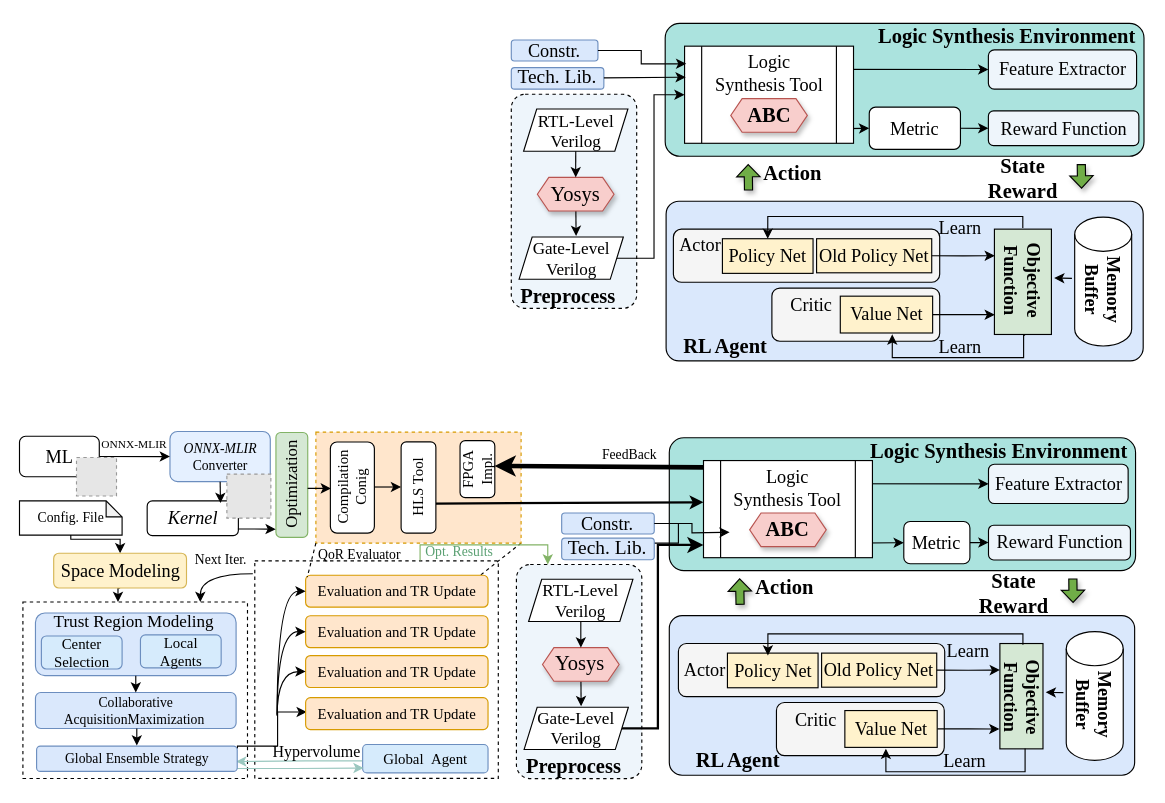
Earlier version of the draw.io diagram RL_framework.drawio (kxzhu0505/Delay-Padding-For-Multi-corner). Source tidied: cells renumbered, new cells numbered last; positions are measured from the earlier drawing's top-left corner, leaving out a move shared by most shapes. Both pictures are drawn from the tidied source at 114%, with x=0, y=0 at pixel (19, 19). Pictures stored in the file or linked from it are replaced by grey dashed boxes.
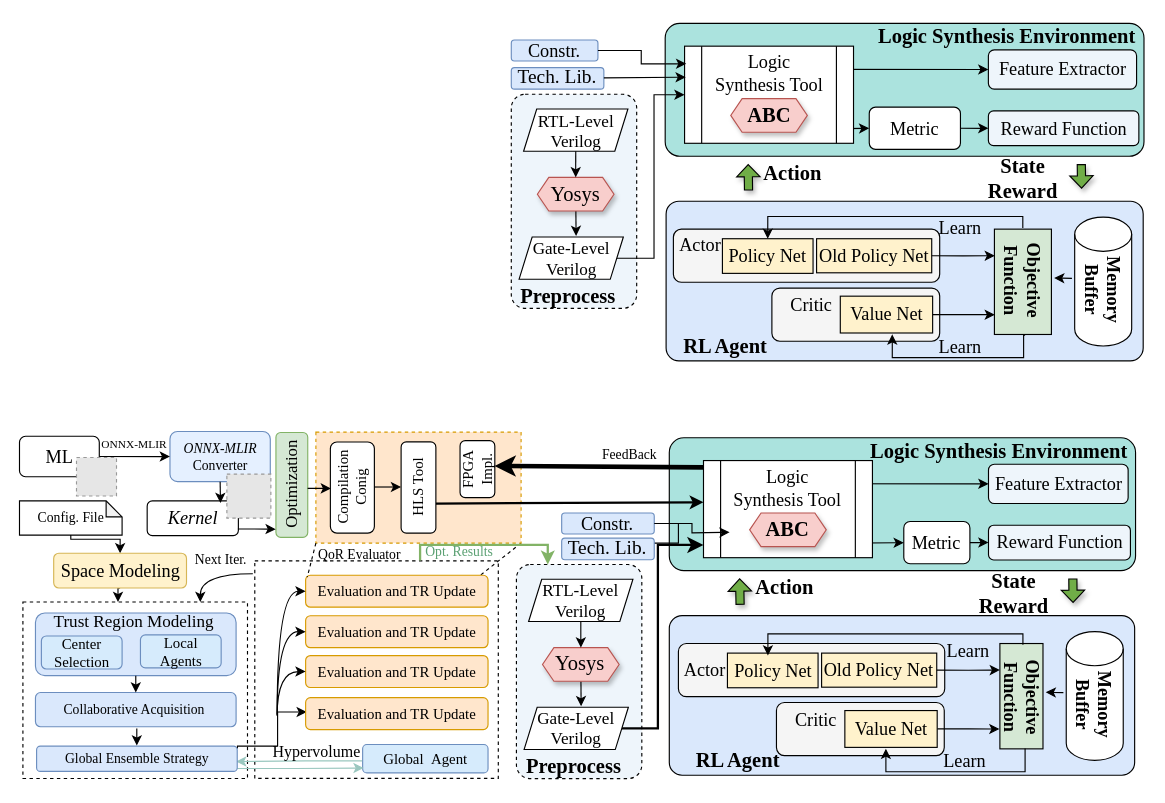
After the change.

Unchanged cells that the change refers to:
```xml
<mxCell id="2" style="rounded=1;whiteSpace=wrap;html=1;dashed=1;arcSize=11;fillColor=light-dark(#eef5fb, #ededed);fontFamily=Times New Roman;" parent="1" vertex="1">
  <mxGeometry x="435.5" y="477.7" width="110" height="187.8" as="geometry" />
</mxCell>
<mxCell id="143" value="QoR Evaluator" style="text;whiteSpace=wrap;fontFamily=Times New Roman;" parent="1" vertex="1">
  <mxGeometry x="259.6" y="454.6" width="91.4" height="26" as="geometry" />
</mxCell>
```

Change to the diagram source:
```diff
@@
-    <mxCell id="120" value="&lt;p style=&quot;language:zh-CN;margin-top:0pt;margin-bottom:0pt;margin-left:0in;&amp;lt;br/&amp;gt;text-align:left;direction:ltr;unicode-bidi:embed;mso-line-break-override:none;&amp;lt;br/&amp;gt;word-break:normal;punctuation-wrap:hanging&quot;&gt;Collaborative AcquisitionMaximization&amp;nbsp;&lt;/p&gt;" style="rounded=1;whiteSpace=wrap;html=1;fillColor=#dae8fc;strokeColor=#6c8ebf;fontFamily=Times New Roman;" parent="1" vertex="1">
-      <mxGeometry x="13.6" y="590" width="176" height="31.5" as="geometry" />
+    <mxCell id="120" value="&lt;p style=&quot;language:zh-CN;margin-top:0pt;margin-bottom:0pt;margin-left:0in;&amp;lt;br/&amp;gt;text-align:left;direction:ltr;unicode-bidi:embed;mso-line-break-override:none;&amp;lt;br/&amp;gt;word-break:normal;punctuation-wrap:hanging&quot;&gt;Collaborative Acquisition&amp;nbsp;&lt;/p&gt;" style="rounded=1;whiteSpace=wrap;html=1;fillColor=#dae8fc;strokeColor=#6c8ebf;fontFamily=Times New Roman;" parent="1" vertex="1">
+      <mxGeometry x="13.6" y="590" width="176" height="30" as="geometry" />
     </mxCell>
@@
-    <mxCell id="142" style="edgeStyle=orthogonalEdgeStyle;rounded=0;jettySize=auto;html=1;exitX=1;exitY=0.75;exitDx=0;exitDy=0;entryX=0.25;entryY=0;entryDx=0;entryDy=0;fontFamily=Times New Roman;fillColor=#d5e8d4;strokeColor=#82b366;" parent="1" edge="1" source="143" target="2">
+    <mxCell id="142" style="edgeStyle=orthogonalEdgeStyle;rounded=0;jettySize=auto;html=1;exitX=1;exitY=0.75;exitDx=0;exitDy=0;entryX=0.25;entryY=0;entryDx=0;entryDy=0;fontFamily=Times New Roman;fillColor=#d5e8d4;strokeColor=#82b366;strokeWidth=2;" parent="1" edge="1" source="143" target="2">
       <mxGeometry relative="1" as="geometry">
         <Array as="points">
           <mxPoint x="369.6" y="460.5" />
           <mxPoint x="462.6" y="460.5" />
           <mxPoint x="462.6" y="477.5" />
         </Array>
       </mxGeometry>
     </mxCell>
```
